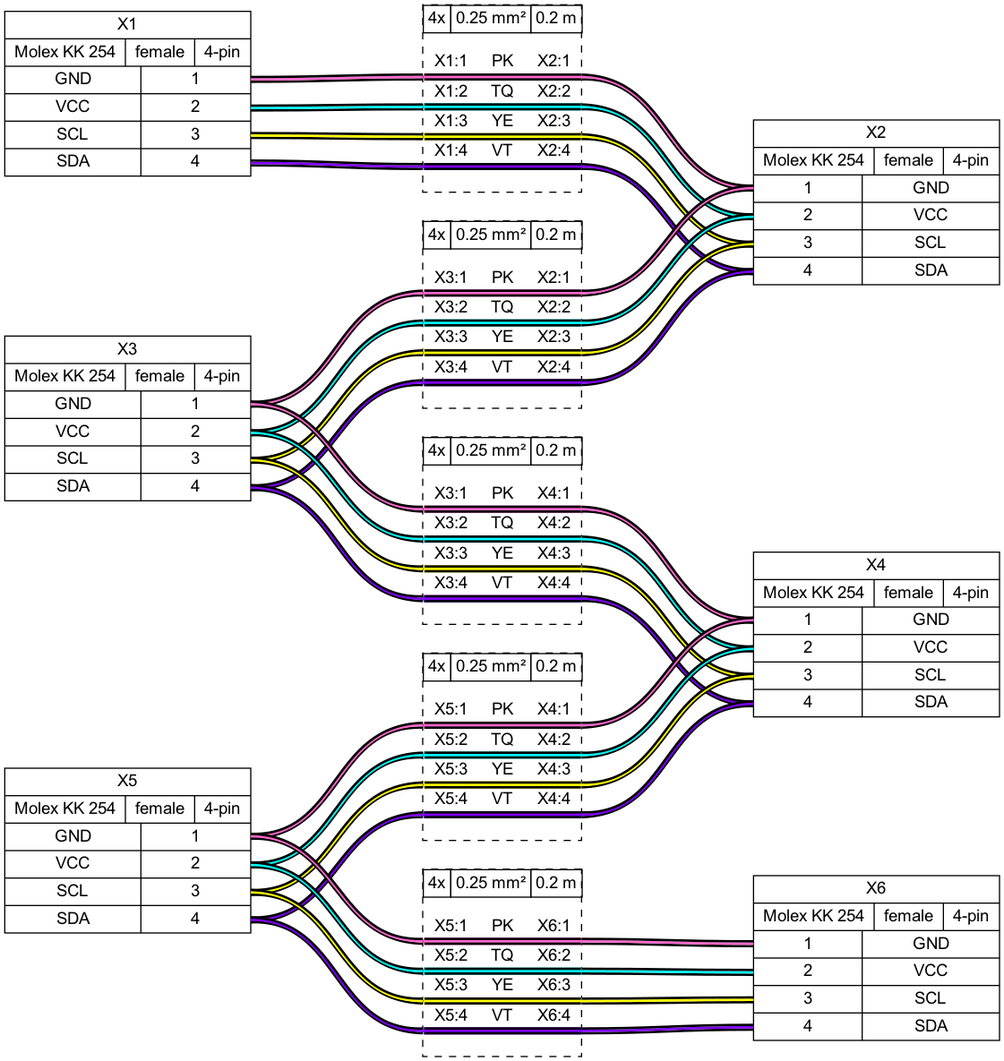
wireviz/WireViz keeps this Graphviz diagram as examples/ex06.png. Above is the earlier version. Its source is kept beside it as examples/ex06.gv.
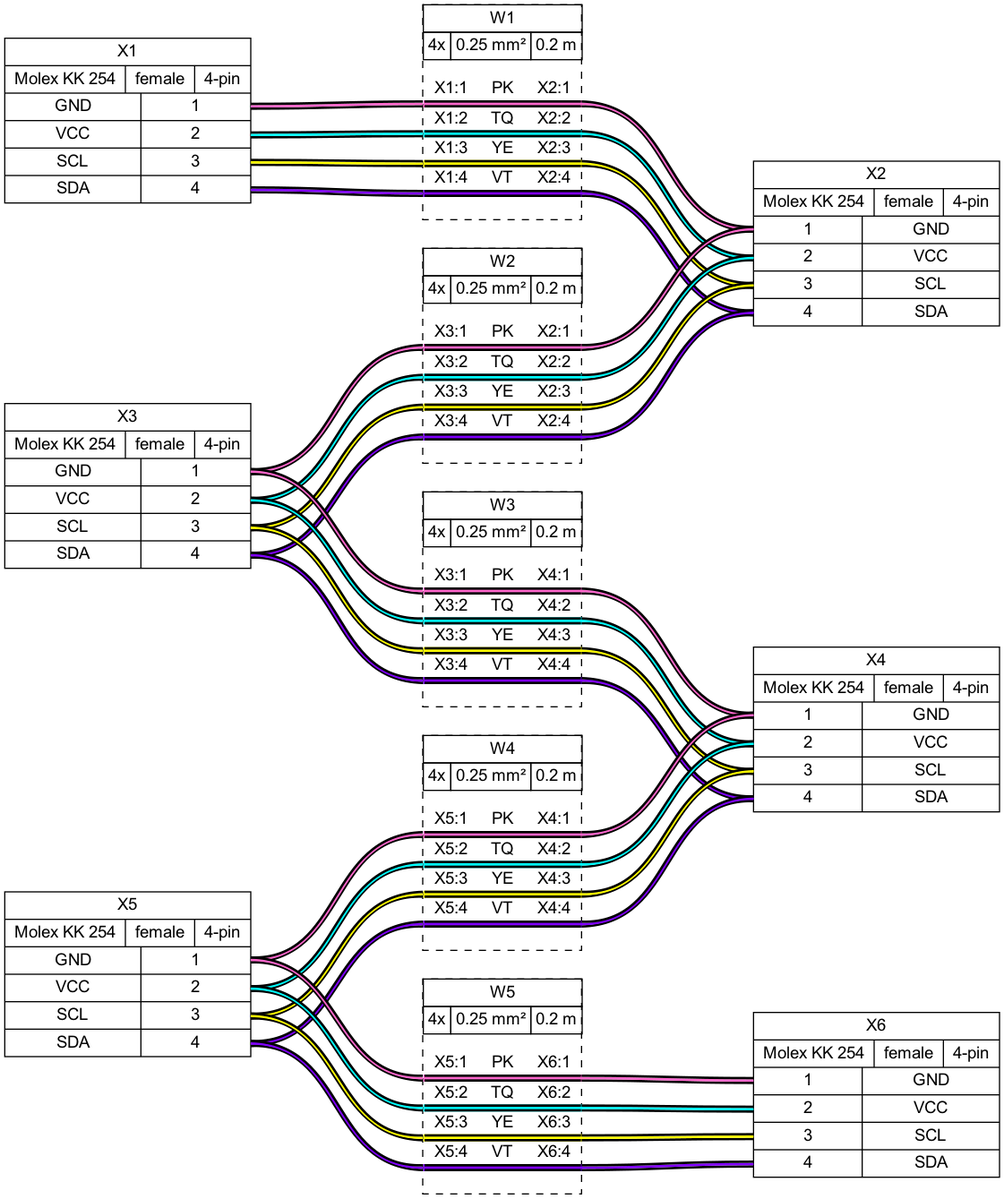
After the commit.

Diff of the diagram source:
```diff
@@ -20,7 +20,7 @@
 	edge [color="#000000:#8000ff:#000000"]
 	X1:p4r:e -- W1:w4:w
 	W1:w4:e -- X2:p4l:w
-	W1 [label=<<table border="0" cellspacing="0" cellpadding="0"><tr><td><table border="0" cellspacing="0" cellpadding="3" cellborder="1"><tr><td>4x</td><td>0.25 mm²</td><td>0.2 m</td></tr></table></td></tr><tr><td>&nbsp;</td></tr><tr><td><table border="0" cellspacing="0" cellborder="0"><tr><td>X1:1</td><td>PK</td><td>X2:1</td></tr><tr><td colspan="3" cellpadding="0" height="6" bgcolor="#ff66cc" border="2" sides="tb" port="w1"></td></tr><tr><td>X1:2</td><td>TQ</td><td>X2:2</td></tr><tr><td colspan="3" cellpadding="0" height="6" bgcolor="#00ffff" border="2" sides="tb" port="w2"></td></tr><tr><td>X1:3</td><td>YE</td><td>X2:3</td></tr><tr><td colspan="3" cellpadding="0" height="6" bgcolor="#ffff00" border="2" sides="tb" port="w3"></td></tr><tr><td>X1:4</td><td>VT</td><td>X2:4</td></tr><tr><td colspan="3" cellpadding="0" height="6" bgcolor="#8000ff" border="2" sides="tb" port="w4"></td></tr><tr><td>&nbsp;</td></tr></table></td></tr></table>> fillcolor=white margin=0 shape=box style="filled,dashed"]
+	W1 [label=<<table border="0" cellspacing="0" cellpadding="0"><tr><td><table border="0" cellspacing="0" cellpadding="3" cellborder="1"><tr><td colspan="3">W1</td></tr><tr><td>4x</td><td>0.25 mm²</td><td>0.2 m</td></tr></table></td></tr><tr><td>&nbsp;</td></tr><tr><td><table border="0" cellspacing="0" cellborder="0"><tr><td>X1:1</td><td>PK</td><td>X2:1</td></tr><tr><td colspan="3" cellpadding="0" height="6" bgcolor="#ff66cc" border="2" sides="tb" port="w1"></td></tr><tr><td>X1:2</td><td>TQ</td><td>X2:2</td></tr><tr><td colspan="3" cellpadding="0" height="6" bgcolor="#00ffff" border="2" sides="tb" port="w2"></td></tr><tr><td>X1:3</td><td>YE</td><td>X2:3</td></tr><tr><td colspan="3" cellpadding="0" height="6" bgcolor="#ffff00" border="2" sides="tb" port="w3"></td></tr><tr><td>X1:4</td><td>VT</td><td>X2:4</td></tr><tr><td colspan="3" cellpadding="0" height="6" bgcolor="#8000ff" border="2" sides="tb" port="w4"></td></tr><tr><td>&nbsp;</td></tr></table></td></tr></table>> fillcolor=white margin=0 shape=box style="filled,dashed"]
 	edge [color="#000000:#ff66cc:#000000"]
 	X3:p1r:e -- W2:w1:w
 	W2:w1:e -- X2:p1l:w
@@ -33,7 +33,7 @@
 	edge [color="#000000:#8000ff:#000000"]
 	X3:p4r:e -- W2:w4:w
 	W2:w4:e -- X2:p4l:w
-	W2 [label=<<table border="0" cellspacing="0" cellpadding="0"><tr><td><table border="0" cellspacing="0" cellpadding="3" cellborder="1"><tr><td>4x</td><td>0.25 mm²</td><td>0.2 m</td></tr></table></td></tr><tr><td>&nbsp;</td></tr><tr><td><table border="0" cellspacing="0" cellborder="0"><tr><td>X3:1</td><td>PK</td><td>X2:1</td></tr><tr><td colspan="3" cellpadding="0" height="6" bgcolor="#ff66cc" border="2" sides="tb" port="w1"></td></tr><tr><td>X3:2</td><td>TQ</td><td>X2:2</td></tr><tr><td colspan="3" cellpadding="0" height="6" bgcolor="#00ffff" border="2" sides="tb" port="w2"></td></tr><tr><td>X3:3</td><td>YE</td><td>X2:3</td></tr><tr><td colspan="3" cellpadding="0" height="6" bgcolor="#ffff00" border="2" sides="tb" port="w3"></td></tr><tr><td>X3:4</td><td>VT</td><td>X2:4</td></tr><tr><td colspan="3" cellpadding="0" height="6" bgcolor="#8000ff" border="2" sides="tb" port="w4"></td></tr><tr><td>&nbsp;</td></tr></table></td></tr></table>> fillcolor=white margin=0 shape=box style="filled,dashed"]
+	W2 [label=<<table border="0" cellspacing="0" cellpadding="0"><tr><td><table border="0" cellspacing="0" cellpadding="3" cellborder="1"><tr><td colspan="3">W2</td></tr><tr><td>4x</td><td>0.25 mm²</td><td>0.2 m</td></tr></table></td></tr><tr><td>&nbsp;</td></tr><tr><td><table border="0" cellspacing="0" cellborder="0"><tr><td>X3:1</td><td>PK</td><td>X2:1</td></tr><tr><td colspan="3" cellpadding="0" height="6" bgcolor="#ff66cc" border="2" sides="tb" port="w1"></td></tr><tr><td>X3:2</td><td>TQ</td><td>X2:2</td></tr><tr><td colspan="3" cellpadding="0" height="6" bgcolor="#00ffff" border="2" sides="tb" port="w2"></td></tr><tr><td>X3:3</td><td>YE</td><td>X2:3</td></tr><tr><td colspan="3" cellpadding="0" height="6" bgcolor="#ffff00" border="2" sides="tb" port="w3"></td></tr><tr><td>X3:4</td><td>VT</td><td>X2:4</td></tr><tr><td colspan="3" cellpadding="0" height="6" bgcolor="#8000ff" border="2" sides="tb" port="w4"></td></tr><tr><td>&nbsp;</td></tr></table></td></tr></table>> fillcolor=white margin=0 shape=box style="filled,dashed"]
 	edge [color="#000000:#ff66cc:#000000"]
 	X3:p1r:e -- W3:w1:w
 	W3:w1:e -- X4:p1l:w
@@ -46,7 +46,7 @@
 	edge [color="#000000:#8000ff:#000000"]
 	X3:p4r:e -- W3:w4:w
 	W3:w4:e -- X4:p4l:w
-	W3 [label=<<table border="0" cellspacing="0" cellpadding="0"><tr><td><table border="0" cellspacing="0" cellpadding="3" cellborder="1"><tr><td>4x</td><td>0.25 mm²</td><td>0.2 m</td></tr></table></td></tr><tr><td>&nbsp;</td></tr><tr><td><table border="0" cellspacing="0" cellborder="0"><tr><td>X3:1</td><td>PK</td><td>X4:1</td></tr><tr><td colspan="3" cellpadding="0" height="6" bgcolor="#ff66cc" border="2" sides="tb" port="w1"></td></tr><tr><td>X3:2</td><td>TQ</td><td>X4:2</td></tr><tr><td colspan="3" cellpadding="0" height="6" bgcolor="#00ffff" border="2" sides="tb" port="w2"></td></tr><tr><td>X3:3</td><td>YE</td><td>X4:3</td></tr><tr><td colspan="3" cellpadding="0" height="6" bgcolor="#ffff00" border="2" sides="tb" port="w3"></td></tr><tr><td>X3:4</td><td>VT</td><td>X4:4</td></tr><tr><td colspan="3" cellpadding="0" height="6" bgcolor="#8000ff" border="2" sides="tb" port="w4"></td></tr><tr><td>&nbsp;</td></tr></table></td></tr></table>> fillcolor=white margin=0 shape=box style="filled,dashed"]
+	W3 [label=<<table border="0" cellspacing="0" cellpadding="0"><tr><td><table border="0" cellspacing="0" cellpadding="3" cellborder="1"><tr><td colspan="3">W3</td></tr><tr><td>4x</td><td>0.25 mm²</td><td>0.2 m</td></tr></table></td></tr><tr><td>&nbsp;</td></tr><tr><td><table border="0" cellspacing="0" cellborder="0"><tr><td>X3:1</td><td>PK</td><td>X4:1</td></tr><tr><td colspan="3" cellpadding="0" height="6" bgcolor="#ff66cc" border="2" sides="tb" port="w1"></td></tr><tr><td>X3:2</td><td>TQ</td><td>X4:2</td></tr><tr><td colspan="3" cellpadding="0" height="6" bgcolor="#00ffff" border="2" sides="tb" port="w2"></td></tr><tr><td>X3:3</td><td>YE</td><td>X4:3</td></tr><tr><td colspan="3" cellpadding="0" height="6" bgcolor="#ffff00" border="2" sides="tb" port="w3"></td></tr><tr><td>X3:4</td><td>VT</td><td>X4:4</td></tr><tr><td colspan="3" cellpadding="0" height="6" bgcolor="#8000ff" border="2" sides="tb" port="w4"></td></tr><tr><td>&nbsp;</td></tr></table></td></tr></table>> fillcolor=white margin=0 shape=box style="filled,dashed"]
 	edge [color="#000000:#ff66cc:#000000"]
 	X5:p1r:e -- W4:w1:w
 	W4:w1:e -- X4:p1l:w
@@ -59,7 +59,7 @@
 	edge [color="#000000:#8000ff:#000000"]
 	X5:p4r:e -- W4:w4:w
 	W4:w4:e -- X4:p4l:w
-	W4 [label=<<table border="0" cellspacing="0" cellpadding="0"><tr><td><table border="0" cellspacing="0" cellpadding="3" cellborder="1"><tr><td>4x</td><td>0.25 mm²</td><td>0.2 m</td></tr></table></td></tr><tr><td>&nbsp;</td></tr><tr><td><table border="0" cellspacing="0" cellborder="0"><tr><td>X5:1</td><td>PK</td><td>X4:1</td></tr><tr><td colspan="3" cellpadding="0" height="6" bgcolor="#ff66cc" border="2" sides="tb" port="w1"></td></tr><tr><td>X5:2</td><td>TQ</td><td>X4:2</td></tr><tr><td colspan="3" cellpadding="0" height="6" bgcolor="#00ffff" border="2" sides="tb" port="w2"></td></tr><tr><td>X5:3</td><td>YE</td><td>X4:3</td></tr><tr><td colspan="3" cellpadding="0" height="6" bgcolor="#ffff00" border="2" sides="tb" port="w3"></td></tr><tr><td>X5:4</td><td>VT</td><td>X4:4</td></tr><tr><td colspan="3" cellpadding="0" height="6" bgcolor="#8000ff" border="2" sides="tb" port="w4"></td></tr><tr><td>&nbsp;</td></tr></table></td></tr></table>> fillcolor=white margin=0 shape=box style="filled,dashed"]
+	W4 [label=<<table border="0" cellspacing="0" cellpadding="0"><tr><td><table border="0" cellspacing="0" cellpadding="3" cellborder="1"><tr><td colspan="3">W4</td></tr><tr><td>4x</td><td>0.25 mm²</td><td>0.2 m</td></tr></table></td></tr><tr><td>&nbsp;</td></tr><tr><td><table border="0" cellspacing="0" cellborder="0"><tr><td>X5:1</td><td>PK</td><td>X4:1</td></tr><tr><td colspan="3" cellpadding="0" height="6" bgcolor="#ff66cc" border="2" sides="tb" port="w1"></td></tr><tr><td>X5:2</td><td>TQ</td><td>X4:2</td></tr><tr><td colspan="3" cellpadding="0" height="6" bgcolor="#00ffff" border="2" sides="tb" port="w2"></td></tr><tr><td>X5:3</td><td>YE</td><td>X4:3</td></tr><tr><td colspan="3" cellpadding="0" height="6" bgcolor="#ffff00" border="2" sides="tb" port="w3"></td></tr><tr><td>X5:4</td><td>VT</td><td>X4:4</td></tr><tr><td colspan="3" cellpadding="0" height="6" bgcolor="#8000ff" border="2" sides="tb" port="w4"></td></tr><tr><td>&nbsp;</td></tr></table></td></tr></table>> fillcolor=white margin=0 shape=box style="filled,dashed"]
 	edge [color="#000000:#ff66cc:#000000"]
 	X5:p1r:e -- W5:w1:w
 	W5:w1:e -- X6:p1l:w
@@ -72,5 +72,5 @@
 	edge [color="#000000:#8000ff:#000000"]
 	X5:p4r:e -- W5:w4:w
 	W5:w4:e -- X6:p4l:w
-	W5 [label=<<table border="0" cellspacing="0" cellpadding="0"><tr><td><table border="0" cellspacing="0" cellpadding="3" cellborder="1"><tr><td>4x</td><td>0.25 mm²</td><td>0.2 m</td></tr></table></td></tr><tr><td>&nbsp;</td></tr><tr><td><table border="0" cellspacing="0" cellborder="0"><tr><td>X5:1</td><td>PK</td><td>X6:1</td></tr><tr><td colspan="3" cellpadding="0" height="6" bgcolor="#ff66cc" border="2" sides="tb" port="w1"></td></tr><tr><td>X5:2</td><td>TQ</td><td>X6:2</td></tr><tr><td colspan="3" cellpadding="0" height="6" bgcolor="#00ffff" border="2" sides="tb" port="w2"></td></tr><tr><td>X5:3</td><td>YE</td><td>X6:3</td></tr><tr><td colspan="3" cellpadding="0" height="6" bgcolor="#ffff00" border="2" sides="tb" port="w3"></td></tr><tr><td>X5:4</td><td>VT</td><td>X6:4</td></tr><tr><td colspan="3" cellpadding="0" height="6" bgcolor="#8000ff" border="2" sides="tb" port="w4"></td></tr><tr><td>&nbsp;</td></tr></table></td></tr></table>> fillcolor=white margin=0 shape=box style="filled,dashed"]
+	W5 [label=<<table border="0" cellspacing="0" cellpadding="0"><tr><td><table border="0" cellspacing="0" cellpadding="3" cellborder="1"><tr><td colspan="3">W5</td></tr><tr><td>4x</td><td>0.25 mm²</td><td>0.2 m</td></tr></table></td></tr><tr><td>&nbsp;</td></tr><tr><td><table border="0" cellspacing="0" cellborder="0"><tr><td>X5:1</td><td>PK</td><td>X6:1</td></tr><tr><td colspan="3" cellpadding="0" height="6" bgcolor="#ff66cc" border="2" sides="tb" port="w1"></td></tr><tr><td>X5:2</td><td>TQ</td><td>X6:2</td></tr><tr><td colspan="3" cellpadding="0" height="6" bgcolor="#00ffff" border="2" sides="tb" port="w2"></td></tr><tr><td>X5:3</td><td>YE</td><td>X6:3</td></tr><tr><td colspan="3" cellpadding="0" height="6" bgcolor="#ffff00" border="2" sides="tb" port="w3"></td></tr><tr><td>X5:4</td><td>VT</td><td>X6:4</td></tr><tr><td colspan="3" cellpadding="0" height="6" bgcolor="#8000ff" border="2" sides="tb" port="w4"></td></tr><tr><td>&nbsp;</td></tr></table></td></tr></table>> fillcolor=white margin=0 shape=box style="filled,dashed"]
 }
```
